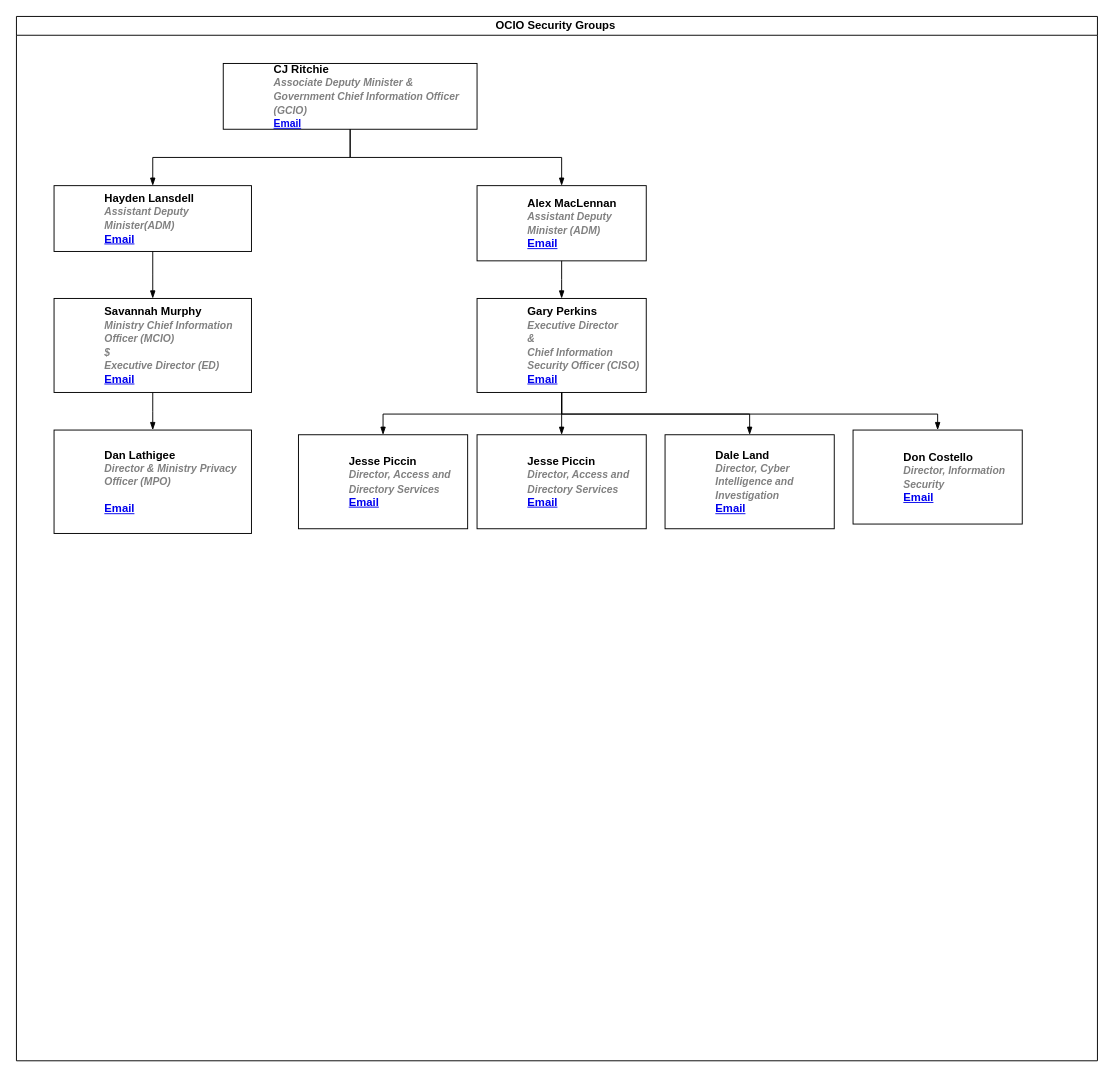
Earlier version of the draw.io diagram page "OCIO-org chart" (1 of 5) of Untitled Diagram.drawio (ThindK/myrepo). Source tidied: cells renumbered, new cells numbered last; positions are measured from the earlier drawing's top-left corner, leaving out a move shared by most shapes. Both pictures are drawn from the tidied source at 94%, with x=0, y=0 at pixel (16, 16).
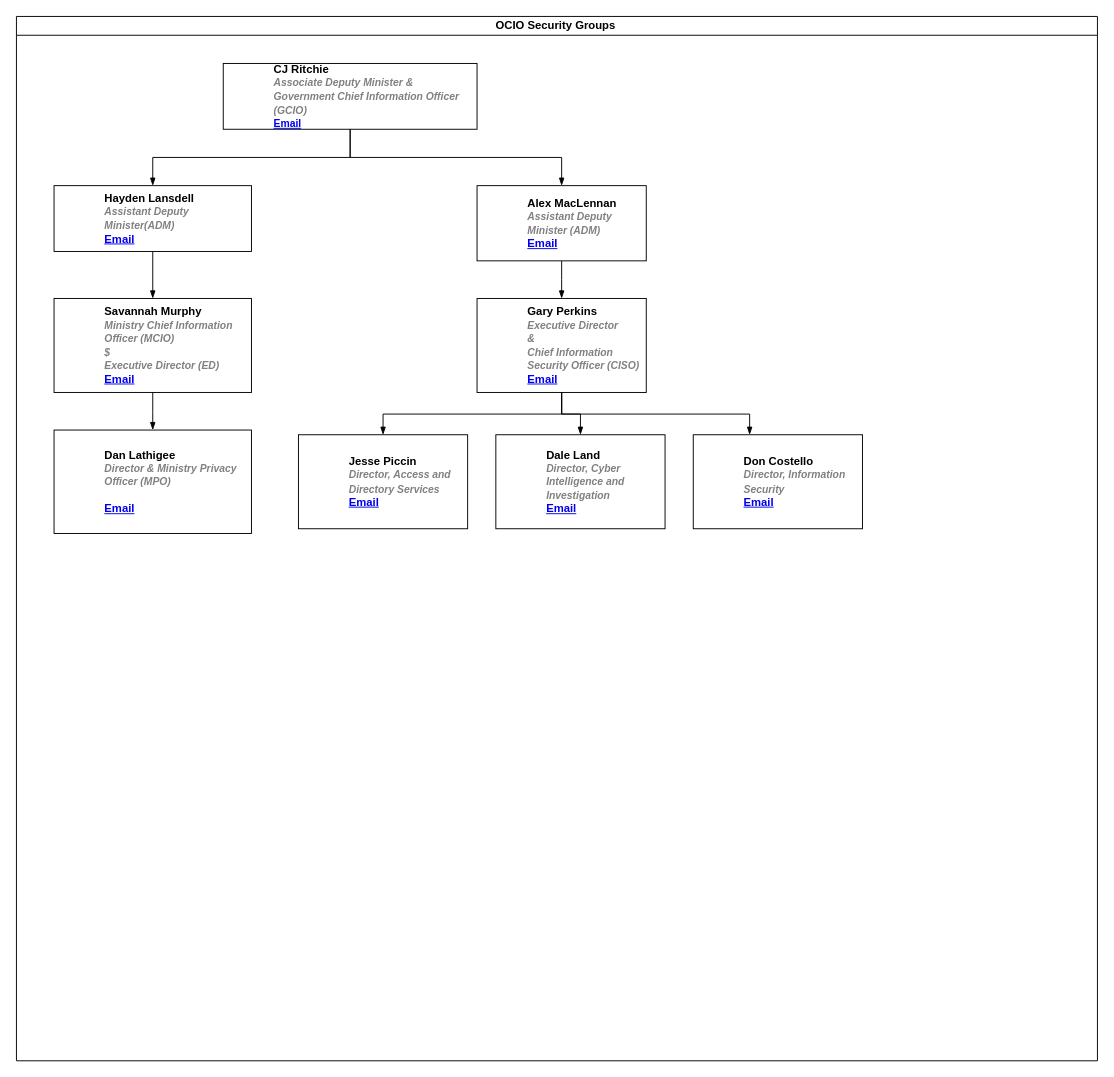
The same page after the edit.

Unchanged cells that the change refers to:
```xml
<mxCell id="2" value="OCIO Security Groups&amp;nbsp;" style="swimlane;html=1;startSize=20;horizontal=1;containerType=tree;glass=0;swimlaneLine=1;swimlaneFillColor=none;" parent="1" vertex="1">
  <mxGeometry width="1150" height="1111" as="geometry" />
</mxCell>
<object id="13" label="%name%&lt;br&gt;&lt;i style=&quot;color: gray ; font-size: 11px&quot;&gt;%position%&lt;/i&gt;&lt;br&gt;&lt;a href=&quot;mailto:%email%&quot;&gt;Email&lt;/a&gt;" email="Gary.Perkins@gov.bc.ca" name="Gary Perkins" placeholders="1" position="Executive Director &#10;&amp;&#10;Chief Information Security Officer (CISO)">
  <mxCell style="label;whiteSpace=wrap;html=1;rounded=0;glass=0;" parent="2" vertex="1">
    <mxGeometry x="490" y="300" width="180" height="100" as="geometry" />
  </mxCell>
</object>
```

What changed in the source:
```diff
@@
-    <mxCell id="14" style="endArrow=blockThin;endFill=1;fontSize=11;edgeStyle=elbowEdgeStyle;elbow=vertical;rounded=0;" parent="2" edge="1" source="13" target="15">
-      <mxGeometry relative="1" as="geometry" />
-    </mxCell>
-    <object id="15" label="%name%&lt;br&gt;&lt;i style=&quot;color: gray ; font-size: 11px&quot;&gt;%position%&lt;/i&gt;&lt;br&gt;&lt;a href=&quot;mailto:%email%&quot;&gt;Email&lt;/a&gt;" email="Jesse.Piccin@gov.bc.ca" name="Jesse Piccin" placeholders="1" position="Director, Access and Directory Services">
-      <mxCell style="label;whiteSpace=wrap;html=1;rounded=0;glass=0;" parent="2" vertex="1">
-        <mxGeometry x="490" y="445" width="180" height="100" as="geometry" />
-      </mxCell>
-    </object>
@@
     <object id="17" label="%name%&lt;br&gt;&lt;i style=&quot;color: gray ; font-size: 11px&quot;&gt;%position%&lt;/i&gt;&lt;br&gt;&lt;a href=&quot;mailto:%email%&quot;&gt;Email&lt;/a&gt;" email="Dale.Land@gov.bc.ca" name="Dale Land" placeholders="1" position="Director, Cyber Intelligence and Investigation">
       <mxCell style="label;whiteSpace=wrap;html=1;rounded=0;glass=0;" parent="2" vertex="1">
-        <mxGeometry x="690" y="445" width="180" height="100" as="geometry" />
+        <mxGeometry x="510" y="445" width="180" height="100" as="geometry" />
       </mxCell>
     </object>
@@
     <object id="19" label="%name%&lt;br&gt;&lt;i style=&quot;color: gray ; font-size: 11px&quot;&gt;%position%&lt;/i&gt;&lt;br&gt;&lt;a href=&quot;mailto:%email%&quot;&gt;Email&lt;/a&gt;" email="Don.Costello@gov.bc.ca" name="Don Costello" placeholders="1" position="Director, Information Security">
       <mxCell style="label;whiteSpace=wrap;html=1;rounded=0;glass=0;" parent="2" vertex="1">
-        <mxGeometry x="890" y="440" width="180" height="100" as="geometry" />
+        <mxGeometry x="720" y="445" width="180" height="100" as="geometry" />
       </mxCell>
     </object>
```
